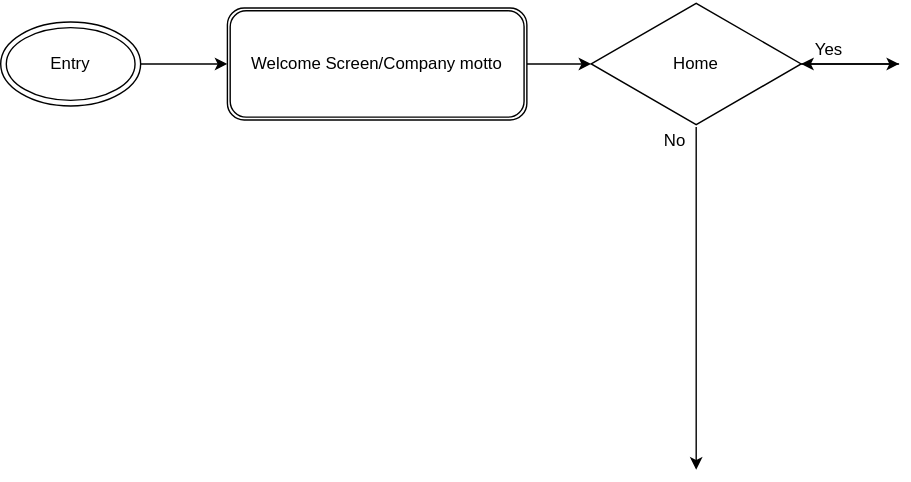
abhi00o7/landing-page keeps this draw.io diagram as src/landingPage.svg. Above is the earlier version. Source tidied: cells renumbered, new cells last; positions are measured from the earlier drawing's top-left corner, leaving out a move shared by most shapes.
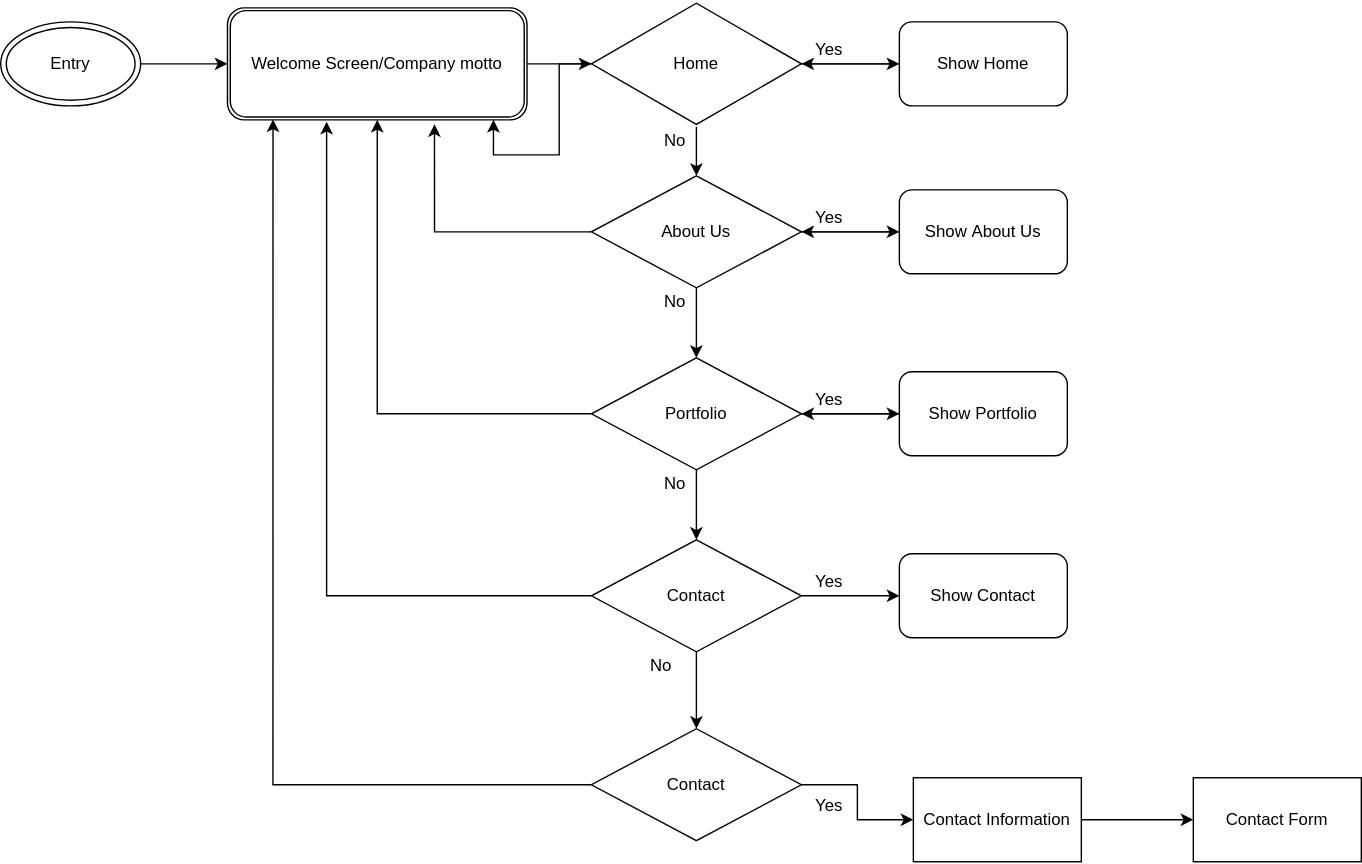
The same diagram one commit later.

Change to the diagram source:
```diff
@@ -14,16 +14,17 @@
     <mxCell id="5" value="Welcome Screen/Company motto" style="shape=ext;double=1;rounded=1;whiteSpace=wrap;html=1;" parent="1" vertex="1">
       <mxGeometry x="162" y="5" width="214" height="80" as="geometry" />
     </mxCell>
-    <mxCell id="6" style="edgeStyle=orthogonalEdgeStyle;rounded=0;jettySize=auto;html=1;" parent="1" edge="1" source="8">
-      <mxGeometry relative="1" as="geometry">
-        <mxPoint x="497" y="335" as="targetPoint" />
-      </mxGeometry>
+    <mxCell id="6" style="edgeStyle=orthogonalEdgeStyle;rounded=0;jettySize=auto;html=1;" parent="1" edge="1" source="8" target="17">
+      <mxGeometry relative="1" as="geometry" />
     </mxCell>
     <mxCell id="7" style="edgeStyle=orthogonalEdgeStyle;rounded=0;jettySize=auto;html=1;" parent="1" edge="1" source="8">
       <mxGeometry relative="1" as="geometry">
         <mxPoint x="642" y="45" as="targetPoint" />
       </mxGeometry>
     </mxCell>
+    <mxCell id="12" style="edgeStyle=orthogonalEdgeStyle;rounded=0;jettySize=auto;html=1;entryX=0.888;entryY=1;entryDx=0;entryDy=0;entryPerimeter=0;" parent="1" edge="1" source="8" target="5">
+      <mxGeometry relative="1" as="geometry" />
+    </mxCell>
     <mxCell id="8" value="Home" style="html=1;whiteSpace=wrap;shape=isoRectangle;" parent="1" vertex="1">
       <mxGeometry x="422" width="150" height="90" as="geometry" />
     </mxCell>
@@ -38,5 +39,106 @@
     <mxCell id="11" value="No" style="text;html=1;strokeColor=none;fillColor=none;align=center;verticalAlign=middle;whiteSpace=wrap;rounded=0;" parent="1" vertex="1">
       <mxGeometry x="462" y="90" width="40" height="20" as="geometry" />
     </mxCell>
+    <mxCell id="13" value="Show Home" style="rounded=1;whiteSpace=wrap;html=1;" parent="1" vertex="1">
+      <mxGeometry x="642" y="15" width="120" height="60" as="geometry" />
+    </mxCell>
+    <mxCell id="14" style="edgeStyle=orthogonalEdgeStyle;rounded=0;jettySize=auto;html=1;" parent="1" edge="1" source="17" target="30">
+      <mxGeometry relative="1" as="geometry" />
+    </mxCell>
+    <mxCell id="15" style="edgeStyle=orthogonalEdgeStyle;rounded=0;jettySize=auto;html=1;" parent="1" edge="1" source="17" target="22">
+      <mxGeometry relative="1" as="geometry" />
+    </mxCell>
+    <mxCell id="16" style="edgeStyle=orthogonalEdgeStyle;rounded=0;jettySize=auto;html=1;entryX=0.691;entryY=1.04;entryDx=0;entryDy=0;entryPerimeter=0;" parent="1" edge="1" source="17" target="5">
+      <mxGeometry relative="1" as="geometry" />
+    </mxCell>
+    <mxCell id="17" value="About Us" style="rhombus;whiteSpace=wrap;html=1;" parent="1" vertex="1">
+      <mxGeometry x="422" y="125" width="150" height="80" as="geometry" />
+    </mxCell>
+    <mxCell id="18" value="Yes" style="text;html=1;strokeColor=none;fillColor=none;align=center;verticalAlign=middle;whiteSpace=wrap;rounded=0;" parent="1" vertex="1">
+      <mxGeometry x="572" y="145" width="40" height="20" as="geometry" />
+    </mxCell>
+    <mxCell id="19" style="edgeStyle=orthogonalEdgeStyle;rounded=0;jettySize=auto;html=1;" parent="1" edge="1" source="22" target="27">
+      <mxGeometry relative="1" as="geometry" />
+    </mxCell>
+    <mxCell id="20" style="edgeStyle=orthogonalEdgeStyle;rounded=0;jettySize=auto;html=1;" parent="1" edge="1" source="22">
+      <mxGeometry relative="1" as="geometry">
+        <mxPoint x="642" y="295" as="targetPoint" />
+      </mxGeometry>
+    </mxCell>
+    <mxCell id="21" style="edgeStyle=orthogonalEdgeStyle;rounded=0;jettySize=auto;html=1;entryX=0.5;entryY=1;entryDx=0;entryDy=0;" parent="1" edge="1" source="22" target="5">
+      <mxGeometry relative="1" as="geometry">
+        <Array as="points">
+          <mxPoint x="269" y="295" />
+        </Array>
+      </mxGeometry>
+    </mxCell>
+    <mxCell id="22" value="Portfolio" style="rhombus;whiteSpace=wrap;html=1;" parent="1" vertex="1">
+      <mxGeometry x="422" y="255" width="150" height="80" as="geometry" />
+    </mxCell>
+    <mxCell id="23" value="No" style="text;html=1;strokeColor=none;fillColor=none;align=center;verticalAlign=middle;whiteSpace=wrap;rounded=0;" parent="1" vertex="1">
+      <mxGeometry x="462" y="205" width="40" height="20" as="geometry" />
+    </mxCell>
+    <mxCell id="24" style="edgeStyle=orthogonalEdgeStyle;rounded=0;jettySize=auto;html=1;" parent="1" edge="1" source="27" target="35">
+      <mxGeometry relative="1" as="geometry" />
+    </mxCell>
+    <mxCell id="25" style="edgeStyle=orthogonalEdgeStyle;rounded=0;jettySize=auto;html=1;" parent="1" edge="1" source="27" target="38">
+      <mxGeometry relative="1" as="geometry" />
+    </mxCell>
+    <mxCell id="26" style="edgeStyle=orthogonalEdgeStyle;rounded=0;jettySize=auto;html=1;entryX=0.331;entryY=1.017;entryDx=0;entryDy=0;entryPerimeter=0;" parent="1" edge="1" source="27" target="5">
+      <mxGeometry relative="1" as="geometry" />
+    </mxCell>
+    <mxCell id="27" value="Contact" style="rhombus;whiteSpace=wrap;html=1;" parent="1" vertex="1">
+      <mxGeometry x="422" y="385" width="150" height="80" as="geometry" />
+    </mxCell>
+    <mxCell id="28" value="No" style="text;html=1;strokeColor=none;fillColor=none;align=center;verticalAlign=middle;whiteSpace=wrap;rounded=0;" parent="1" vertex="1">
+      <mxGeometry x="462" y="335" width="40" height="20" as="geometry" />
+    </mxCell>
+    <mxCell id="29" style="edgeStyle=orthogonalEdgeStyle;rounded=0;jettySize=auto;html=1;" parent="1" edge="1" source="30" target="17">
+      <mxGeometry relative="1" as="geometry" />
+    </mxCell>
+    <mxCell id="30" value="&lt;span&gt;Show&amp;nbsp;&lt;/span&gt;About Us" style="rounded=1;whiteSpace=wrap;html=1;" parent="1" vertex="1">
+      <mxGeometry x="642" y="135" width="120" height="60" as="geometry" />
+    </mxCell>
+    <mxCell id="31" style="edgeStyle=orthogonalEdgeStyle;rounded=0;jettySize=auto;html=1;" parent="1" edge="1" source="32" target="22">
+      <mxGeometry relative="1" as="geometry" />
+    </mxCell>
+    <mxCell id="32" value="&lt;span&gt;Show&amp;nbsp;&lt;/span&gt;Portfolio" style="rounded=1;whiteSpace=wrap;html=1;" parent="1" vertex="1">
+      <mxGeometry x="642" y="265" width="120" height="60" as="geometry" />
+    </mxCell>
+    <mxCell id="33" style="edgeStyle=orthogonalEdgeStyle;rounded=0;jettySize=auto;html=1;" parent="1" edge="1" source="35">
+      <mxGeometry relative="1" as="geometry">
+        <mxPoint x="652" y="585" as="targetPoint" />
+      </mxGeometry>
+    </mxCell>
+    <mxCell id="34" style="edgeStyle=orthogonalEdgeStyle;rounded=0;jettySize=auto;html=1;entryX=0.152;entryY=0.996;entryDx=0;entryDy=0;entryPerimeter=0;" parent="1" edge="1" source="35" target="5">
+      <mxGeometry relative="1" as="geometry" />
+    </mxCell>
+    <mxCell id="35" value="Contact" style="rhombus;whiteSpace=wrap;html=1;" parent="1" vertex="1">
+      <mxGeometry x="422" y="520" width="150" height="80" as="geometry" />
+    </mxCell>
+    <mxCell id="36" value="No" style="text;html=1;strokeColor=none;fillColor=none;align=center;verticalAlign=middle;whiteSpace=wrap;rounded=0;" parent="1" vertex="1">
+      <mxGeometry x="452" y="465" width="40" height="20" as="geometry" />
+    </mxCell>
+    <mxCell id="37" value="Yes" style="text;html=1;strokeColor=none;fillColor=none;align=center;verticalAlign=middle;whiteSpace=wrap;rounded=0;" parent="1" vertex="1">
+      <mxGeometry x="572" y="275" width="40" height="20" as="geometry" />
+    </mxCell>
+    <mxCell id="38" value="Show Contact" style="rounded=1;whiteSpace=wrap;html=1;" parent="1" vertex="1">
+      <mxGeometry x="642" y="395" width="120" height="60" as="geometry" />
+    </mxCell>
+    <mxCell id="39" value="Yes" style="text;html=1;strokeColor=none;fillColor=none;align=center;verticalAlign=middle;whiteSpace=wrap;rounded=0;" parent="1" vertex="1">
+      <mxGeometry x="572" y="405" width="40" height="20" as="geometry" />
+    </mxCell>
+    <mxCell id="40" value="Yes" style="text;html=1;strokeColor=none;fillColor=none;align=center;verticalAlign=middle;whiteSpace=wrap;rounded=0;" parent="1" vertex="1">
+      <mxGeometry x="572" y="565" width="40" height="20" as="geometry" />
+    </mxCell>
+    <mxCell id="41" style="edgeStyle=orthogonalEdgeStyle;rounded=0;jettySize=auto;html=1;" parent="1" edge="1" source="42" target="43">
+      <mxGeometry relative="1" as="geometry" />
+    </mxCell>
+    <mxCell id="42" value="Contact Information" style="rounded=0;whiteSpace=wrap;html=1;" parent="1" vertex="1">
+      <mxGeometry x="652" y="555" width="120" height="60" as="geometry" />
+    </mxCell>
+    <mxCell id="43" value="Contact Form" style="rounded=0;whiteSpace=wrap;html=1;" parent="1" vertex="1">
+      <mxGeometry x="852" y="555" width="120" height="60" as="geometry" />
+    </mxCell>
   </root>
 </mxGraphModel>
```
